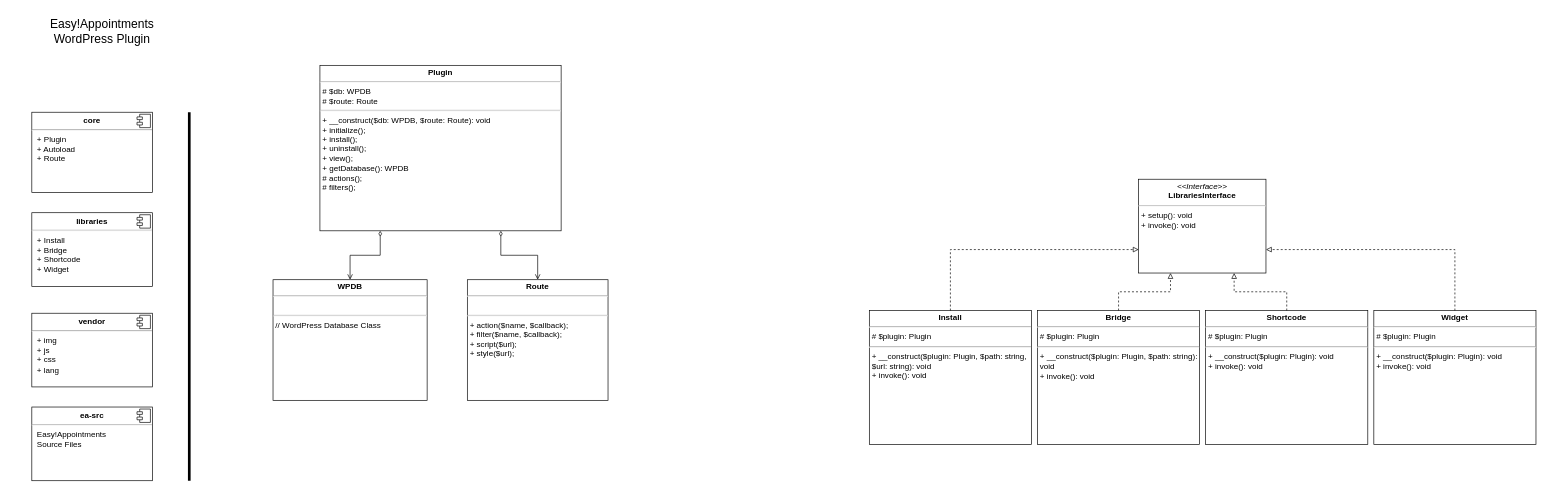
alextselegidis/easyappointments-wordpress keeps this draw.io diagram as doc/class-diagram.drawio.xml. Above is the earlier version. Source tidied: cells renumbered, new cells numbered last; positions are measured from the earlier drawing's top-left corner, leaving out a move shared by most shapes. Both pictures are drawn from the tidied source at 67%, with x=0, y=0 at pixel (11, 11).
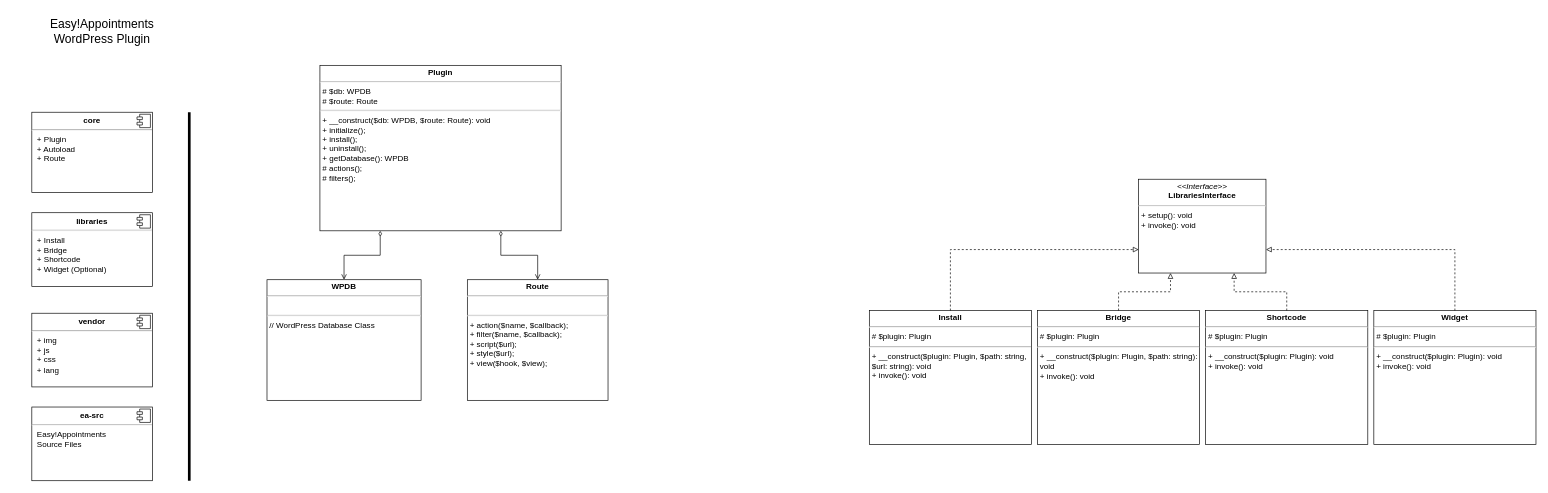
Above is the later version.

Change to the diagram source:
```diff
@@
-    <mxCell id="3" value="&lt;p style=&quot;margin: 0px ; margin-top: 4px ; text-align: center&quot;&gt;&lt;b&gt;Plugin&lt;/b&gt;&lt;/p&gt;&lt;hr&gt;&lt;p style=&quot;margin: 0px ; margin-left: 4px&quot;&gt;# $db: WPDB&lt;/p&gt;&lt;p style=&quot;margin: 0px ; margin-left: 4px&quot;&gt;# $route: Route&lt;/p&gt;&lt;hr&gt;&lt;p style=&quot;margin: 0px ; margin-left: 4px&quot;&gt;+ __construct($db: WPDB, $route: Route): void&lt;/p&gt;&lt;p style=&quot;margin: 0px ; margin-left: 4px&quot;&gt;+ initialize();&lt;/p&gt;&lt;p style=&quot;margin: 0px ; margin-left: 4px&quot;&gt;+ install();&lt;/p&gt;&lt;p style=&quot;margin: 0px ; margin-left: 4px&quot;&gt;+ uninstall();&lt;/p&gt;&lt;p style=&quot;margin: 0px ; margin-left: 4px&quot;&gt;+ view();&lt;/p&gt;&lt;p style=&quot;margin: 0px ; margin-left: 4px&quot;&gt;+ getDatabase(): WPDB&lt;/p&gt;&lt;p style=&quot;margin: 0px ; margin-left: 4px&quot;&gt;# actions();&lt;/p&gt;&lt;p style=&quot;margin: 0px ; margin-left: 4px&quot;&gt;# filters();&lt;/p&gt;" style="verticalAlign=top;align=left;overflow=fill;fontSize=12;fontFamily=Helvetica;html=1;whiteSpace=wrap;" parent="1" vertex="1">
+    <mxCell id="3" value="&lt;p style=&quot;margin: 0px ; margin-top: 4px ; text-align: center&quot;&gt;&lt;b&gt;Plugin&lt;/b&gt;&lt;/p&gt;&lt;hr&gt;&lt;p style=&quot;margin: 0px ; margin-left: 4px&quot;&gt;# $db: WPDB&lt;/p&gt;&lt;p style=&quot;margin: 0px ; margin-left: 4px&quot;&gt;# $route: Route&lt;/p&gt;&lt;hr&gt;&lt;p style=&quot;margin: 0px ; margin-left: 4px&quot;&gt;+ __construct($db: WPDB, $route: Route): void&lt;/p&gt;&lt;p style=&quot;margin: 0px ; margin-left: 4px&quot;&gt;+ initialize();&lt;/p&gt;&lt;p style=&quot;margin: 0px ; margin-left: 4px&quot;&gt;+ install();&lt;/p&gt;&lt;p style=&quot;margin: 0px ; margin-left: 4px&quot;&gt;+ uninstall();&lt;/p&gt;&lt;p style=&quot;margin: 0px ; margin-left: 4px&quot;&gt;+ getDatabase(): WPDB&lt;/p&gt;&lt;p style=&quot;margin: 0px ; margin-left: 4px&quot;&gt;# actions();&lt;/p&gt;&lt;p style=&quot;margin: 0px ; margin-left: 4px&quot;&gt;# filters();&lt;/p&gt;" style="verticalAlign=top;align=left;overflow=fill;fontSize=12;fontFamily=Helvetica;html=1;whiteSpace=wrap;" parent="1" vertex="1">
       <mxGeometry x="460" y="80" width="360" height="247" as="geometry" />
     </mxCell>
@@
-    <mxCell id="7" value="&lt;p style=&quot;margin: 0px ; margin-top: 6px ; text-align: center&quot;&gt;&lt;b&gt;libraries&lt;/b&gt;&lt;/p&gt;&lt;hr&gt;&lt;p style=&quot;margin: 0px ; margin-left: 8px&quot;&gt;+ Install&lt;/p&gt;&lt;p style=&quot;margin: 0px ; margin-left: 8px&quot;&gt;+ Bridge&lt;/p&gt;&lt;p style=&quot;margin: 0px ; margin-left: 8px&quot;&gt;+ Shortcode&lt;/p&gt;&lt;p style=&quot;margin: 0px ; margin-left: 8px&quot;&gt;+ Widget&lt;br&gt;&lt;br&gt;&lt;/p&gt;" style="align=left;overflow=fill;html=1;" parent="1" vertex="1">
+    <mxCell id="7" value="&lt;p style=&quot;margin: 0px ; margin-top: 6px ; text-align: center&quot;&gt;&lt;b&gt;libraries&lt;/b&gt;&lt;/p&gt;&lt;hr&gt;&lt;p style=&quot;margin: 0px ; margin-left: 8px&quot;&gt;+ Install&lt;/p&gt;&lt;p style=&quot;margin: 0px ; margin-left: 8px&quot;&gt;+ Bridge&lt;/p&gt;&lt;p style=&quot;margin: 0px ; margin-left: 8px&quot;&gt;+ Shortcode&lt;/p&gt;&lt;p style=&quot;margin: 0px ; margin-left: 8px&quot;&gt;+ Widget (Optional)&lt;br&gt;&lt;br&gt;&lt;/p&gt;" style="align=left;overflow=fill;html=1;" parent="1" vertex="1">
       <mxGeometry x="30" y="300" width="180" height="110" as="geometry" />
     </mxCell>
@@
     <mxCell id="22" value="&lt;p style=&quot;margin: 0px ; margin-top: 4px ; text-align: center&quot;&gt;&lt;b&gt;WPDB&lt;/b&gt;&lt;/p&gt;&lt;hr&gt;&lt;p style=&quot;margin: 0px ; margin-left: 4px&quot;&gt;&lt;br&gt;&lt;/p&gt;&lt;hr&gt;&lt;p style=&quot;margin: 0px ; margin-left: 4px&quot;&gt;// WordPress Database Class&lt;/p&gt;&lt;p style=&quot;margin: 0px ; margin-left: 4px&quot;&gt;&lt;br&gt;&lt;/p&gt;" style="verticalAlign=top;align=left;overflow=fill;fontSize=12;fontFamily=Helvetica;html=1;whiteSpace=wrap;" parent="1" vertex="1">
-      <mxGeometry x="390" y="400" width="230" height="180" as="geometry" />
+      <mxGeometry x="381" y="400" width="230" height="180" as="geometry" />
     </mxCell>
@@
-    <mxCell id="24" value="&lt;p style=&quot;margin: 0px ; margin-top: 4px ; text-align: center&quot;&gt;&lt;b&gt;Route&lt;/b&gt;&lt;/p&gt;&lt;hr&gt;&lt;p style=&quot;margin: 0px ; margin-left: 4px&quot;&gt;&lt;br&gt;&lt;/p&gt;&lt;hr&gt;&lt;p style=&quot;margin: 0px ; margin-left: 4px&quot;&gt;+ action($name, $callback);&lt;/p&gt;&lt;p style=&quot;margin: 0px ; margin-left: 4px&quot;&gt;+ filter($name, $callback);&lt;/p&gt;&lt;p style=&quot;margin: 0px ; margin-left: 4px&quot;&gt;+ script($url);&amp;nbsp;&lt;/p&gt;&lt;p style=&quot;margin: 0px ; margin-left: 4px&quot;&gt;+ style($url);&lt;/p&gt;&lt;p style=&quot;margin: 0px ; margin-left: 4px&quot;&gt;&lt;br&gt;&lt;/p&gt;" style="verticalAlign=top;align=left;overflow=fill;fontSize=12;fontFamily=Helvetica;html=1;whiteSpace=wrap;" parent="1" vertex="1">
+    <mxCell id="24" value="&lt;p style=&quot;margin: 0px ; margin-top: 4px ; text-align: center&quot;&gt;&lt;b&gt;Route&lt;/b&gt;&lt;/p&gt;&lt;hr&gt;&lt;p style=&quot;margin: 0px ; margin-left: 4px&quot;&gt;&lt;br&gt;&lt;/p&gt;&lt;hr&gt;&lt;p style=&quot;margin: 0px ; margin-left: 4px&quot;&gt;+ action($name, $callback);&lt;/p&gt;&lt;p style=&quot;margin: 0px ; margin-left: 4px&quot;&gt;+ filter($name, $callback);&lt;/p&gt;&lt;p style=&quot;margin: 0px ; margin-left: 4px&quot;&gt;+ script($url);&amp;nbsp;&lt;/p&gt;&lt;p style=&quot;margin: 0px ; margin-left: 4px&quot;&gt;+ style($url);&lt;/p&gt;&lt;p style=&quot;margin: 0px ; margin-left: 4px&quot;&gt;+ view($hook, $view);&lt;/p&gt;&lt;p style=&quot;margin: 0px ; margin-left: 4px&quot;&gt;&lt;br&gt;&lt;/p&gt;" style="verticalAlign=top;align=left;overflow=fill;fontSize=12;fontFamily=Helvetica;html=1;whiteSpace=wrap;" parent="1" vertex="1">
       <mxGeometry x="680" y="400" width="210" height="180" as="geometry" />
     </mxCell>
```
